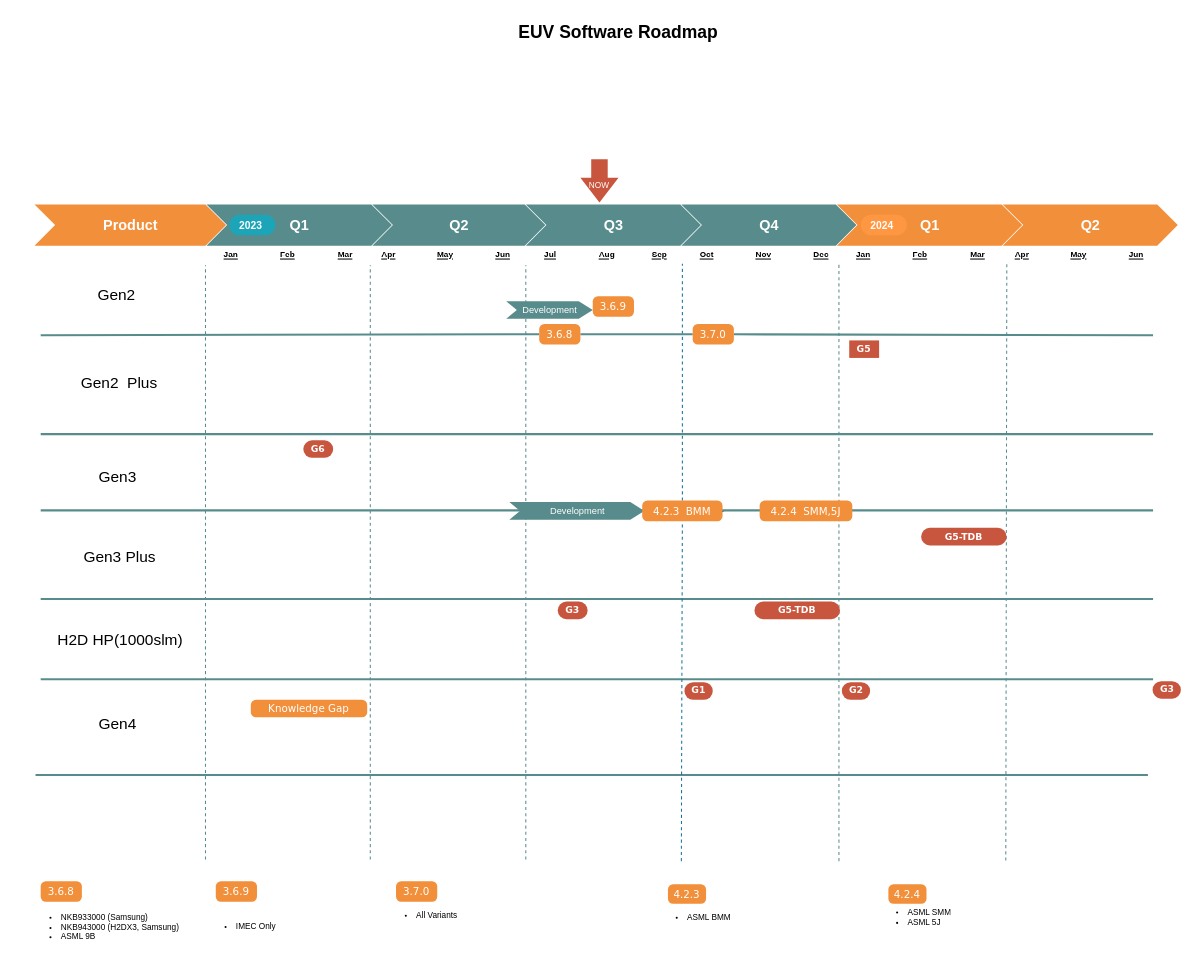
The draw.io diagram page "EUV" (1 of 8) of 0.Project Roadmap.drawio in EdwardsKorea/CommonDrawIO, before the edit. Source tidied: cells renumbered, new cells numbered last; positions are measured from the earlier drawing's top-left corner, leaving out a move shared by most shapes. Both pictures are drawn from the tidied source at 103%, with x=0, y=0 at pixel (18, 18).
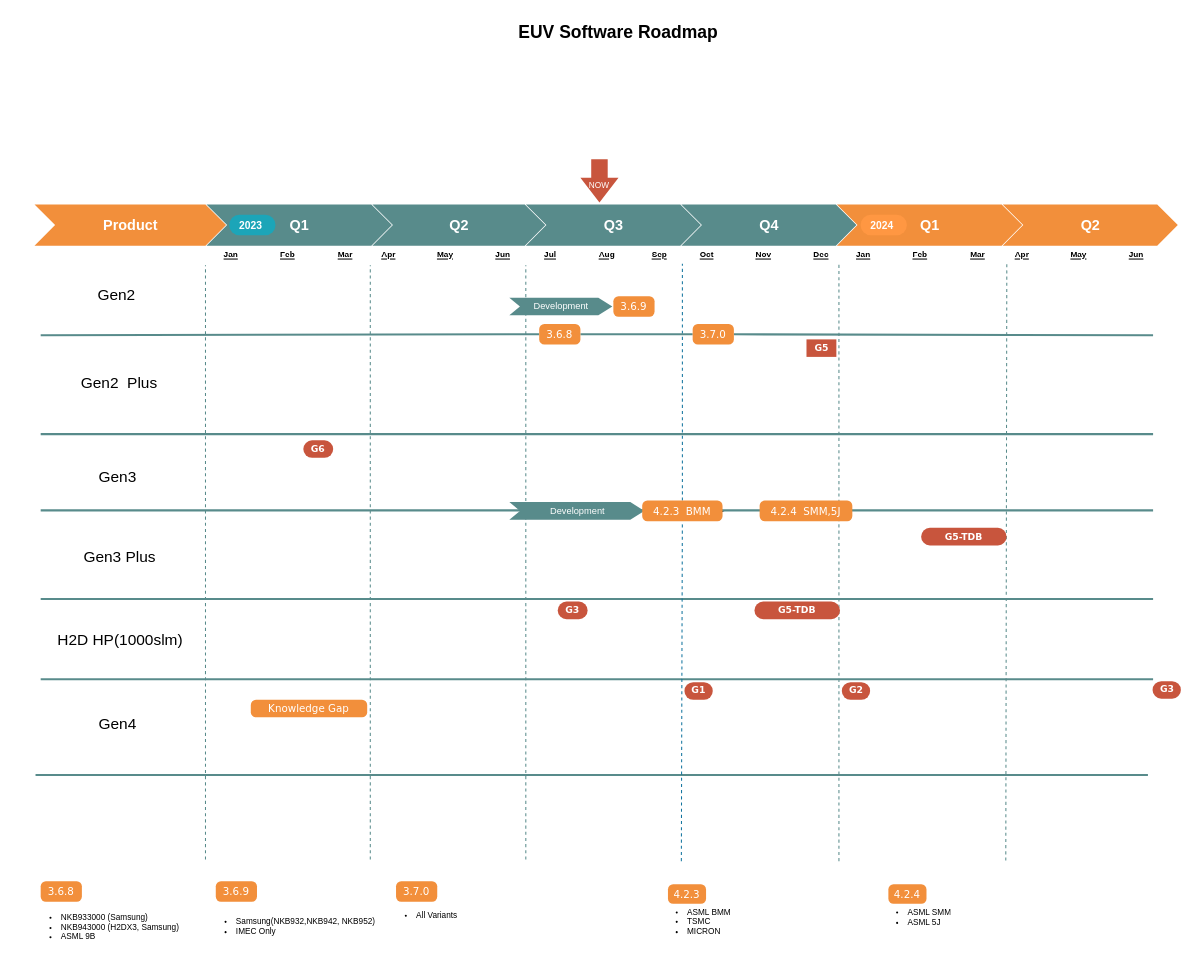
The same diagram, later.

The edit, as a diff of the source:
```diff
@@
     <mxCell id="25" value="G5" style="rounded=1;whiteSpace=wrap;html=1;arcSize=0;strokeColor=none;strokeWidth=1;fillColor=#c8553d;fontColor=#FFFFFF;whiteSpace=wrap;align=center;verticalAlign=middle;spacingLeft=0;fontStyle=1;fontSize=9;spacing=10;fontFamily=Verdana;" parent="1" vertex="1">
-      <mxGeometry x="807" y="313" width="29" height="17" as="geometry" />
+      <mxGeometry x="765.5" y="312" width="29" height="17" as="geometry" />
     </mxCell>
@@
-    <mxCell id="55" value="&lt;ul&gt;&lt;li&gt;IMEC Only&lt;/li&gt;&lt;/ul&gt;" style="text;strokeColor=none;fillColor=none;html=1;whiteSpace=wrap;verticalAlign=middle;overflow=hidden;fontSize=8;fontFamily=Helvetica;fontColor=#000000;labelPosition=center;verticalLabelPosition=middle;align=left;" parent="1" vertex="1">
+    <mxCell id="55" value="&lt;ul&gt;&lt;li&gt;Samsung(NKB932,NKB942, NKB952)&lt;/li&gt;&lt;li&gt;IMEC Only&lt;/li&gt;&lt;/ul&gt;" style="text;strokeColor=none;fillColor=none;html=1;whiteSpace=wrap;verticalAlign=middle;overflow=hidden;fontSize=8;fontFamily=Helvetica;fontColor=#000000;labelPosition=center;verticalLabelPosition=middle;align=left;" parent="1" vertex="1">
       <mxGeometry x="170" y="851" width="211" height="62" as="geometry" />
     </mxCell>
@@
     <mxCell id="61" value="Development" style="html=1;shape=mxgraph.infographic.ribbonSimple;notch1=10.29;notch2=13.57;fillColor=#588b8b;strokeColor=none;align=center;verticalAlign=middle;fontColor=#ffffff;fontSize=9;fontStyle=0;rounded=0;" parent="1" vertex="1">
-      <mxGeometry x="474" y="275" width="84" height="17" as="geometry" />
+      <mxGeometry x="477" y="271.5" width="100" height="17" as="geometry" />
     </mxCell>
@@
-    <mxCell id="63" value="&lt;ul&gt;&lt;li&gt;ASML BMM&lt;/li&gt;&lt;/ul&gt;" style="text;strokeColor=none;fillColor=none;html=1;whiteSpace=wrap;verticalAlign=middle;overflow=hidden;fontSize=8;fontFamily=Helvetica;fontColor=#000000;labelPosition=center;verticalLabelPosition=middle;align=left;" parent="1" vertex="1">
+    <mxCell id="63" value="&lt;ul&gt;&lt;li&gt;ASML BMM&lt;/li&gt;&lt;li&gt;TSMC&lt;/li&gt;&lt;li&gt;MICRON&lt;/li&gt;&lt;/ul&gt;" style="text;strokeColor=none;fillColor=none;html=1;whiteSpace=wrap;verticalAlign=middle;overflow=hidden;fontSize=8;fontFamily=Helvetica;fontColor=#000000;labelPosition=center;verticalLabelPosition=middle;align=left;" parent="1" vertex="1">
       <mxGeometry x="608" y="853" width="241" height="40" as="geometry" />
     </mxCell>
@@
     <mxCell id="65" value="3.6.9" style="html=1;shadow=0;dashed=0;shape=mxgraph.bootstrap.rrect;rSize=5;strokeColor=none;strokeWidth=1;fillColor=#F28f3b;fontColor=#FFFFFF;whiteSpace=wrap;align=center;verticalAlign=middle;spacingLeft=0;fontStyle=0;fontSize=10;spacing=5;fontFamily=Verdana;labelBackgroundColor=none;" parent="1" vertex="1">
-      <mxGeometry x="558" y="270" width="40" height="20" as="geometry" />
+      <mxGeometry x="578" y="270" width="40" height="20" as="geometry" />
     </mxCell>
```
